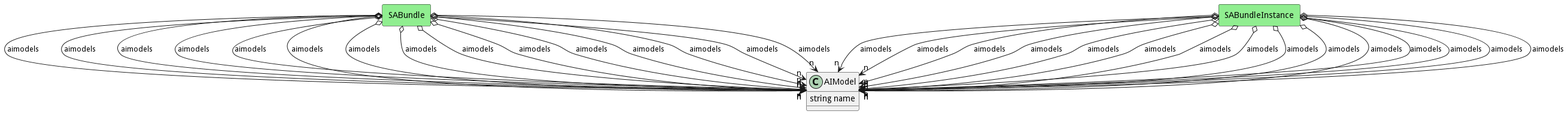
Before: docs/sabr/aml/lc/models/aimodel/logical.png, a diagram exported from PlantUML (madajaju/sabr). Source of this version:
```plantuml
@startuml

class "AIModel" as Model {
 string name


}



    rectangle "SABundle" as SABundle #lightgreen {
    }

        SABundle   o--> "n" Model : "aimodels"

    rectangle "SABundleInstance" as SABundleInstance #lightgreen {
    }

        SABundleInstance   o--> "n" Model : "aimodels"

    rectangle "SABundle" as SABundle #lightgreen {
    }

        SABundle   o--> "n" Model : "aimodels"

    rectangle "SABundleInstance" as SABundleInstance #lightgreen {
    }

        SABundleInstance   o--> "n" Model : "aimodels"

    rectangle "SABundle" as SABundle #lightgreen {
    }

        SABundle   o--> "n" Model : "aimodels"

    rectangle "SABundleInstance" as SABundleInstance #lightgreen {
    }

        SABundleInstance   o--> "n" Model : "aimodels"

    rectangle "SABundle" as SABundle #lightgreen {
    }

        SABundle   o--> "n" Model : "aimodels"

    rectangle "SABundleInstance" as SABundleInstance #lightgreen {
    }

        SABundleInstance   o--> "n" Model : "aimodels"

    rectangle "SABundle" as SABundle #lightgreen {
    }

        SABundle   o--> "n" Model : "aimodels"

    rectangle "SABundleInstance" as SABundleInstance #lightgreen {
    }

        SABundleInstance   o--> "n" Model : "aimodels"

    rectangle "SABundle" as SABundle #lightgreen {
    }

        SABundle   o--> "n" Model : "aimodels"

    rectangle "SABundleInstance" as SABundleInstance #lightgreen {
    }

        SABundleInstance   o--> "n" Model : "aimodels"

    rectangle "SABundle" as SABundle #lightgreen {
    }

        SABundle   o--> "n" Model : "aimodels"

    rectangle "SABundleInstance" as SABundleInstance #lightgreen {
    }

        SABundleInstance   o--> "n" Model : "aimodels"

    rectangle "SABundle" as SABundle #lightgreen {
    }

        SABundle   o--> "n" Model : "aimodels"

    rectangle "SABundleInstance" as SABundleInstance #lightgreen {
    }

        SABundleInstance   o--> "n" Model : "aimodels"

    rectangle "SABundle" as SABundle #lightgreen {
    }

        SABundle   o--> "n" Model : "aimodels"

    rectangle "SABundleInstance" as SABundleInstance #lightgreen {
    }

        SABundleInstance   o--> "n" Model : "aimodels"

    rectangle "SABundle" as SABundle #lightgreen {
    }

        SABundle   o--> "n" Model : "aimodels"

    rectangle "SABundleInstance" as SABundleInstance #lightgreen {
    }

        SABundleInstance   o--> "n" Model : "aimodels"

    rectangle "SABundle" as SABundle #lightgreen {
    }

        SABundle   o--> "n" Model : "aimodels"

    rectangle "SABundleInstance" as SABundleInstance #lightgreen {
    }

        SABundleInstance   o--> "n" Model : "aimodels"

    rectangle "SABundle" as SABundle #lightgreen {
    }

        SABundle   o--> "n" Model : "aimodels"

    rectangle "SABundleInstance" as SABundleInstance #lightgreen {
    }

        SABundleInstance   o--> "n" Model : "aimodels"

    rectangle "SABundle" as SABundle #lightgreen {
    }

        SABundle   o--> "n" Model : "aimodels"

    rectangle "SABundleInstance" as SABundleInstance #lightgreen {
    }

        SABundleInstance   o--> "n" Model : "aimodels"

    rectangle "SABundle" as SABundle #lightgreen {
    }

        SABundle   o--> "n" Model : "aimodels"

    rectangle "SABundleInstance" as SABundleInstance #lightgreen {
    }

        SABundleInstance   o--> "n" Model : "aimodels"

    rectangle "SABundle" as SABundle #lightgreen {
    }

        SABundle   o--> "n" Model : "aimodels"

    rectangle "SABundleInstance" as SABundleInstance #lightgreen {
    }

        SABundleInstance   o--> "n" Model : "aimodels"


@enduml
```
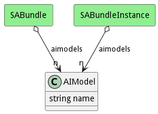
The same file after the commit.

What changed in the source:
```diff
@@ -18,145 +18,5 @@
 
         SABundleInstance   o--> "n" Model : "aimodels"
 
-    rectangle "SABundle" as SABundle #lightgreen {
-    }
-
-        SABundle   o--> "n" Model : "aimodels"
-
-    rectangle "SABundleInstance" as SABundleInstance #lightgreen {
-    }
-
-        SABundleInstance   o--> "n" Model : "aimodels"
-
-    rectangle "SABundle" as SABundle #lightgreen {
-    }
-
-        SABundle   o--> "n" Model : "aimodels"
-
-    rectangle "SABundleInstance" as SABundleInstance #lightgreen {
-    }
-
-        SABundleInstance   o--> "n" Model : "aimodels"
-
-    rectangle "SABundle" as SABundle #lightgreen {
-    }
-
-        SABundle   o--> "n" Model : "aimodels"
-
-    rectangle "SABundleInstance" as SABundleInstance #lightgreen {
-    }
-
-        SABundleInstance   o--> "n" Model : "aimodels"
-
-    rectangle "SABundle" as SABundle #lightgreen {
-    }
-
-        SABundle   o--> "n" Model : "aimodels"
-
-    rectangle "SABundleInstance" as SABundleInstance #lightgreen {
-    }
-
-        SABundleInstance   o--> "n" Model : "aimodels"
-
-    rectangle "SABundle" as SABundle #lightgreen {
-    }
-
-        SABundle   o--> "n" Model : "aimodels"
-
-    rectangle "SABundleInstance" as SABundleInstance #lightgreen {
-    }
-
-        SABundleInstance   o--> "n" Model : "aimodels"
-
-    rectangle "SABundle" as SABundle #lightgreen {
-    }
-
-        SABundle   o--> "n" Model : "aimodels"
-
-    rectangle "SABundleInstance" as SABundleInstance #lightgreen {
-    }
-
-        SABundleInstance   o--> "n" Model : "aimodels"
-
-    rectangle "SABundle" as SABundle #lightgreen {
-    }
-
-        SABundle   o--> "n" Model : "aimodels"
-
-    rectangle "SABundleInstance" as SABundleInstance #lightgreen {
-    }
-
-        SABundleInstance   o--> "n" Model : "aimodels"
-
-    rectangle "SABundle" as SABundle #lightgreen {
-    }
-
-        SABundle   o--> "n" Model : "aimodels"
-
-    rectangle "SABundleInstance" as SABundleInstance #lightgreen {
-    }
-
-        SABundleInstance   o--> "n" Model : "aimodels"
-
-    rectangle "SABundle" as SABundle #lightgreen {
-    }
-
-        SABundle   o--> "n" Model : "aimodels"
-
-    rectangle "SABundleInstance" as SABundleInstance #lightgreen {
-    }
-
-        SABundleInstance   o--> "n" Model : "aimodels"
-
-    rectangle "SABundle" as SABundle #lightgreen {
-    }
-
-        SABundle   o--> "n" Model : "aimodels"
-
-    rectangle "SABundleInstance" as SABundleInstance #lightgreen {
-    }
-
-        SABundleInstance   o--> "n" Model : "aimodels"
-
-    rectangle "SABundle" as SABundle #lightgreen {
-    }
-
-        SABundle   o--> "n" Model : "aimodels"
-
-    rectangle "SABundleInstance" as SABundleInstance #lightgreen {
-    }
-
-        SABundleInstance   o--> "n" Model : "aimodels"
-
-    rectangle "SABundle" as SABundle #lightgreen {
-    }
-
-        SABundle   o--> "n" Model : "aimodels"
-
-    rectangle "SABundleInstance" as SABundleInstance #lightgreen {
-    }
-
-        SABundleInstance   o--> "n" Model : "aimodels"
-
-    rectangle "SABundle" as SABundle #lightgreen {
-    }
-
-        SABundle   o--> "n" Model : "aimodels"
-
-    rectangle "SABundleInstance" as SABundleInstance #lightgreen {
-    }
-
-        SABundleInstance   o--> "n" Model : "aimodels"
-
-    rectangle "SABundle" as SABundle #lightgreen {
-    }
-
-        SABundle   o--> "n" Model : "aimodels"
-
-    rectangle "SABundleInstance" as SABundleInstance #lightgreen {
-    }
-
-        SABundleInstance   o--> "n" Model : "aimodels"
-
 
 @enduml
```
